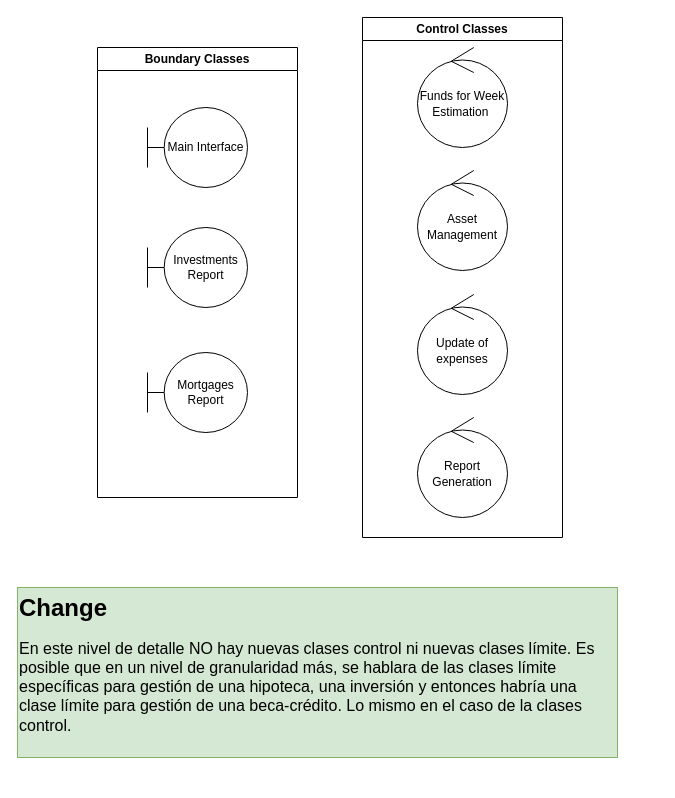
is-i/MSGF keeps this draw.io diagram as Iteration2-becaCrédito/4. MSG-F Boundary and Control Classes.drawio. Above is the earlier version. Source tidied: cells renumbered, new cells numbered last; positions are measured from the earlier drawing's top-left corner, leaving out a move shared by most shapes. Both pictures are drawn from the tidied source at 100%, with x=0, y=0 at pixel (17, 17).
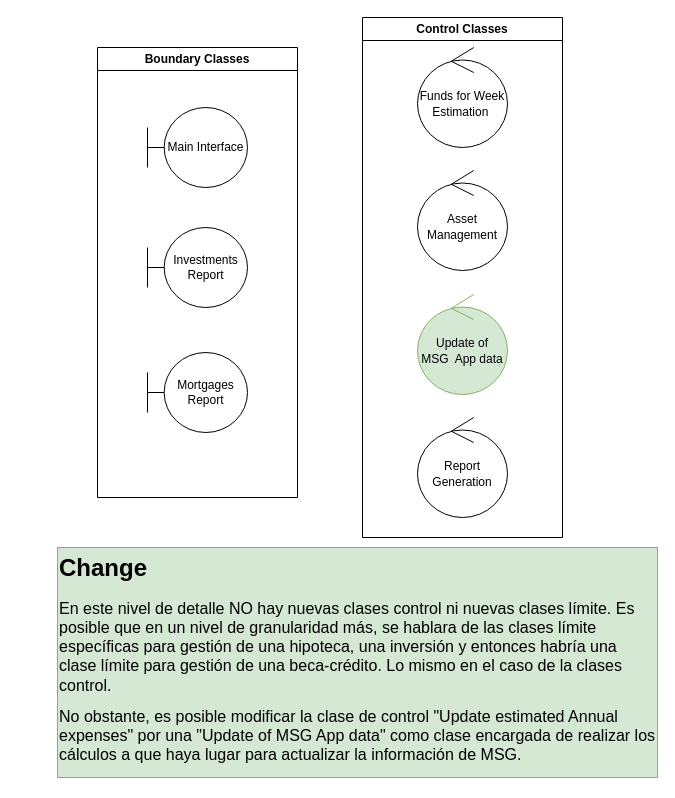
The same page after the edit.

What changed in the source:
```diff
@@
 <mxGraphModel>
   <root>
     <mxCell id="0" />
     <mxCell id="1" parent="0" />
     <mxCell id="2" value="Main Interface" style="shape=umlBoundary;whiteSpace=wrap;html=1;" parent="1" vertex="1">
       <mxGeometry x="130" y="90" width="100" height="80" as="geometry" />
     </mxCell>
     <mxCell id="3" value="Investments Report" style="shape=umlBoundary;whiteSpace=wrap;html=1;" parent="1" vertex="1">
       <mxGeometry x="130" y="210" width="100" height="80" as="geometry" />
     </mxCell>
     <mxCell id="4" value="Mortgages&lt;br&gt;Report" style="shape=umlBoundary;whiteSpace=wrap;html=1;" parent="1" vertex="1">
       <mxGeometry x="130" y="335" width="100" height="80" as="geometry" />
     </mxCell>
     <mxCell id="5" value="&lt;font style=&quot;font-size: 12px;&quot;&gt;Funds for Week&lt;br&gt;Estimation&amp;nbsp;&lt;/font&gt;" style="ellipse;shape=umlControl;whiteSpace=wrap;html=1;fontSize=13;" parent="1" vertex="1">
       <mxGeometry x="400" y="30" width="90" height="100" as="geometry" />
     </mxCell>
     <mxCell id="6" value="&lt;font style=&quot;font-size: 12px;&quot;&gt;Asset Management&lt;/font&gt;" style="ellipse;shape=umlControl;whiteSpace=wrap;html=1;fontSize=13;" parent="1" vertex="1">
       <mxGeometry x="400" y="153" width="90" height="100" as="geometry" />
     </mxCell>
-    <mxCell id="7" value="&lt;font style=&quot;font-size: 12px;&quot;&gt;Update of expenses&lt;/font&gt;" style="ellipse;shape=umlControl;whiteSpace=wrap;html=1;fontSize=13;" parent="1" vertex="1">
+    <mxCell id="7" value="&lt;font style=&quot;font-size: 12px;&quot;&gt;Update of &lt;br&gt;MSG&amp;nbsp; App&amp;nbsp;&lt;/font&gt;&lt;span style=&quot;font-size: 12px; background-color: transparent; color: light-dark(rgb(0, 0, 0), rgb(255, 255, 255));&quot;&gt;data&lt;/span&gt;" style="ellipse;shape=umlControl;whiteSpace=wrap;html=1;fontSize=13;fillColor=#d5e8d4;strokeColor=#82b366;" parent="1" vertex="1">
       <mxGeometry x="400" y="277" width="90" height="100" as="geometry" />
     </mxCell>
     <mxCell id="8" value="&lt;font style=&quot;font-size: 12px;&quot;&gt;Report&lt;br&gt;Generation&lt;/font&gt;" style="ellipse;shape=umlControl;whiteSpace=wrap;html=1;fontSize=13;" parent="1" vertex="1">
       <mxGeometry x="400" y="400" width="90" height="100" as="geometry" />
     </mxCell>
     <mxCell id="9" value="Boundary Classes" style="swimlane;whiteSpace=wrap;html=1;" parent="1" vertex="1">
       <mxGeometry x="80" y="30" width="200" height="450" as="geometry" />
     </mxCell>
     <mxCell id="10" value="Control Classes" style="swimlane;whiteSpace=wrap;html=1;" parent="1" vertex="1">
       <mxGeometry x="345" width="200" height="520" as="geometry" />
     </mxCell>
-    <mxCell id="11" value="&lt;h1 style=&quot;margin-top: 0px;&quot;&gt;Change&lt;/h1&gt;&lt;p&gt;&lt;font style=&quot;font-size: 16px;&quot;&gt;En este nivel de detalle NO hay nuevas clases control ni nuevas clases límite. Es posible que en un nivel de granularidad más, se hablara de las clases límite específicas para gestión de una hipoteca, una inversión y entonces habría una clase límite para gestión de una beca-crédito. Lo mismo en el caso de la clases control.&amp;nbsp;&lt;/font&gt;&lt;/p&gt;" style="text;html=1;whiteSpace=wrap;overflow=hidden;rounded=0;strokeColor=#82b366;fillColor=#d5e8d4;" parent="1" vertex="1">
-      <mxGeometry y="570" width="600" height="170" as="geometry" />
+    <mxCell id="11" value="&lt;h1 style=&quot;margin-top: 0px;&quot;&gt;Change&lt;/h1&gt;&lt;p&gt;&lt;font style=&quot;font-size: 16px;&quot;&gt;En este nivel de detalle NO hay nuevas clases control ni nuevas clases límite. Es posible que en un nivel de granularidad más, se hablara de las clases límite específicas para gestión de una hipoteca, una inversión y entonces habría una clase límite para gestión de una beca-crédito. Lo mismo en el caso de la clases control.&amp;nbsp;&lt;/font&gt;&lt;/p&gt;&lt;p&gt;&lt;font style=&quot;font-size: 16px;&quot;&gt;No obstante, es posible modificar la clase de control &quot;Update estimated Annual expenses&quot; por una &quot;Update of MSG App data&quot; como clase encargada de realizar los cálculos a que haya lugar para actualizar la información de MSG.&amp;nbsp;&lt;/font&gt;&lt;/p&gt;" style="text;html=1;whiteSpace=wrap;overflow=hidden;rounded=0;strokeColor=#82b366;fillColor=#d5e8d4;" parent="1" vertex="1">
+      <mxGeometry x="40" y="530" width="600" height="230" as="geometry" />
     </mxCell>
   </root>
 </mxGraphModel>
```
